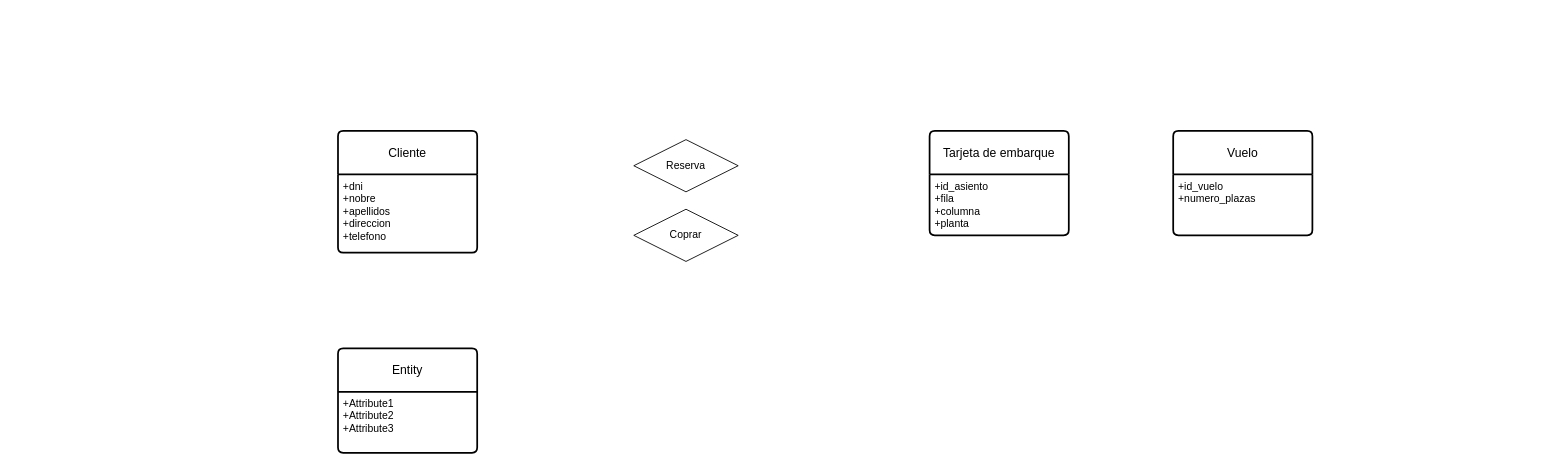
The draw.io diagram ejercicio8.drawio in AsierGArranz/aga-sru-sa-t-UD12DiagramaER-11102023, before the edit. Source tidied: cells renumbered, new cells numbered last; positions are measured from the earlier drawing's top-left corner, leaving out a move shared by most shapes. Both pictures are drawn from the tidied source at 87%, with x=0, y=0 at pixel (338, 130).
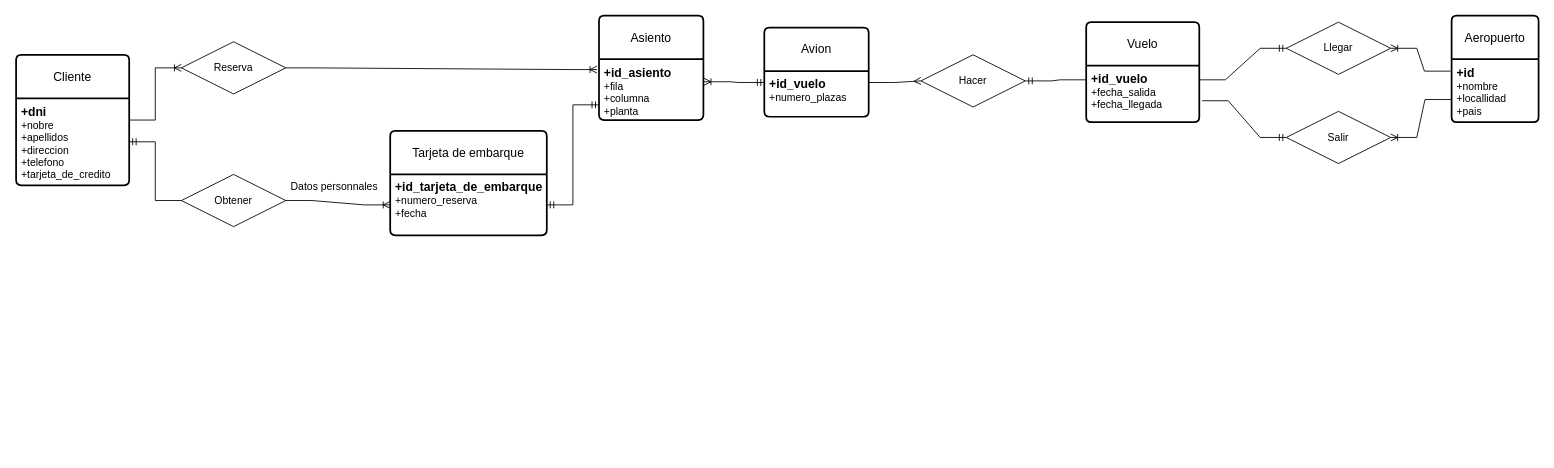
The same diagram, later.

What changed in the source:
```diff
@@
     <mxCell id="2" value="Cliente" style="swimlane;horizontal=1;startSize=50;rounded=1;fontSize=14;fontStyle=0;strokeWidth=2;shadow=0;dashed=0;align=center;arcSize=4;whiteSpace=wrap;html=1;" parent="1" vertex="1">
-      <mxGeometry width="160" height="140" as="geometry" />
+      <mxGeometry x="-370" y="-87.5" width="130" height="150" as="geometry" />
     </mxCell>
-    <mxCell id="3" value="+dni&lt;br&gt;+nobre&lt;br&gt;+apellidos&lt;br&gt;+direccion&lt;br&gt;+telefono" style="align=left;strokeColor=none;fillColor=none;spacingLeft=4;fontSize=12;verticalAlign=top;html=1;" parent="2" vertex="1">
-      <mxGeometry y="50" width="160" height="90" as="geometry" />
+    <mxCell id="3" value="&lt;font style=&quot;font-size: 14px;&quot;&gt;&lt;b&gt;+dni&lt;/b&gt;&lt;/font&gt;&lt;br&gt;+nobre&lt;br&gt;+apellidos&lt;br&gt;+direccion&lt;br&gt;+telefono&lt;br&gt;+tarjeta_de_credito" style="align=left;strokeColor=none;fillColor=none;spacingLeft=4;fontSize=12;verticalAlign=top;html=1;" parent="2" vertex="1">
+      <mxGeometry y="50" width="130" height="100" as="geometry" />
     </mxCell>
     <mxCell id="4" value="Vuelo" style="swimlane;horizontal=1;startSize=50;rounded=1;fontSize=14;fontStyle=0;strokeWidth=2;shadow=0;dashed=0;align=center;arcSize=4;whiteSpace=wrap;html=1;" parent="1" vertex="1">
-      <mxGeometry x="960" width="160" height="120" as="geometry" />
+      <mxGeometry x="860" y="-125" width="130" height="115" as="geometry" />
     </mxCell>
-    <mxCell id="5" value="+id_vuelo&lt;br&gt;+numero_plazas&lt;br&gt;" style="align=left;strokeColor=none;fillColor=none;spacingLeft=4;fontSize=12;verticalAlign=top;html=1;" parent="4" vertex="1">
-      <mxGeometry y="50" width="160" height="70" as="geometry" />
+    <mxCell id="5" value="&lt;b&gt;&lt;font style=&quot;font-size: 14px;&quot;&gt;+id_vuelo&lt;/font&gt;&lt;/b&gt;&lt;br&gt;+fecha_salida&lt;br&gt;+fecha_llegada" style="align=left;strokeColor=none;fillColor=none;spacingLeft=4;fontSize=12;verticalAlign=top;html=1;" parent="4" vertex="1">
+      <mxGeometry y="50" width="130" height="65" as="geometry" />
     </mxCell>
     <mxCell id="6" value="Tarjeta de embarque" style="swimlane;horizontal=1;startSize=50;rounded=1;fontSize=14;fontStyle=0;strokeWidth=2;shadow=0;dashed=0;align=center;arcSize=4;whiteSpace=wrap;html=1;" parent="1" vertex="1">
-      <mxGeometry x="680" width="160" height="120" as="geometry" />
+      <mxGeometry x="60" width="180" height="120" as="geometry" />
     </mxCell>
-    <mxCell id="7" value="+id_asiento&lt;br&gt;+fila&lt;br&gt;+columna&lt;br&gt;+planta" style="align=left;strokeColor=none;fillColor=none;spacingLeft=4;fontSize=12;verticalAlign=top;html=1;" parent="6" vertex="1">
-      <mxGeometry y="50" width="160" height="70" as="geometry" />
+    <mxCell id="7" value="&lt;font style=&quot;font-size: 14px;&quot;&gt;&lt;b&gt;+id_tarjeta_de_embarque&lt;/b&gt;&lt;/font&gt;&lt;br&gt;+numero_reserva&lt;br&gt;+fecha" style="align=left;strokeColor=none;fillColor=none;spacingLeft=4;fontSize=12;verticalAlign=top;html=1;" parent="6" vertex="1">
+      <mxGeometry y="50" width="180" height="70" as="geometry" />
     </mxCell>
-    <mxCell id="8" value="Entity" style="swimlane;horizontal=1;startSize=50;rounded=1;fontSize=14;fontStyle=0;strokeWidth=2;shadow=0;dashed=0;align=center;arcSize=4;whiteSpace=wrap;html=1;" parent="1" vertex="1">
-      <mxGeometry y="250" width="160" height="120" as="geometry" />
-    </mxCell>
-    <mxCell id="9" value="+Attribute1&#10;+Attribute2&#10;+Attribute3" style="align=left;strokeColor=none;fillColor=none;spacingLeft=4;fontSize=12;verticalAlign=top;html=1;" parent="8" vertex="1">
-      <mxGeometry y="50" width="160" height="70" as="geometry" />
-    </mxCell>
     <mxCell id="10" value="Reserva" style="shape=rhombus;perimeter=rhombusPerimeter;whiteSpace=wrap;html=1;align=center;" parent="1" vertex="1">
-      <mxGeometry x="340" y="10" width="120" height="60" as="geometry" />
+      <mxGeometry x="-180" y="-102.5" width="120" height="60" as="geometry" />
     </mxCell>
-    <mxCell id="11" value="Coprar" style="shape=rhombus;perimeter=rhombusPerimeter;whiteSpace=wrap;html=1;align=center;" parent="1" vertex="1">
-      <mxGeometry x="340" y="90" width="120" height="60" as="geometry" />
+    <mxCell id="11" value="Obtener" style="shape=rhombus;perimeter=rhombusPerimeter;whiteSpace=wrap;html=1;align=center;" parent="1" vertex="1">
+      <mxGeometry x="-180" y="50" width="120" height="60" as="geometry" />
     </mxCell>
+    <mxCell id="12" style="edgeStyle=entityRelationEdgeStyle;fontSize=12;html=1;endArrow=ERoneToMany;rounded=0;exitX=1;exitY=0.25;exitDx=0;exitDy=0;entryX=0;entryY=0.5;entryDx=0;entryDy=0;" parent="1" edge="1" source="3" target="10">
+      <mxGeometry relative="1" as="geometry" />
+    </mxCell>
+    <mxCell id="13" style="edgeStyle=entityRelationEdgeStyle;fontSize=12;html=1;endArrow=ERoneToMany;rounded=0;exitX=1;exitY=0.5;exitDx=0;exitDy=0;entryX=-0.019;entryY=0.171;entryDx=0;entryDy=0;entryPerimeter=0;" parent="1" edge="1" source="10" target="16">
+      <mxGeometry relative="1" as="geometry" />
+    </mxCell>
+    <mxCell id="14" style="edgeStyle=entityRelationEdgeStyle;fontSize=12;html=1;endArrow=ERoneToMany;rounded=0;entryX=0;entryY=0.5;entryDx=0;entryDy=0;exitX=1;exitY=0.5;exitDx=0;exitDy=0;" parent="1" edge="1" source="11" target="7">
+      <mxGeometry relative="1" as="geometry">
+        <Array as="points">
+          <mxPoint x="550" y="100" />
+        </Array>
+      </mxGeometry>
+    </mxCell>
+    <mxCell id="15" value="Asiento" style="swimlane;horizontal=1;startSize=50;rounded=1;fontSize=14;fontStyle=0;strokeWidth=2;shadow=0;dashed=0;align=center;arcSize=4;whiteSpace=wrap;html=1;" parent="1" vertex="1">
+      <mxGeometry x="300" y="-132.5" width="120" height="120" as="geometry" />
+    </mxCell>
+    <mxCell id="16" value="&lt;font style=&quot;font-size: 14px;&quot;&gt;&lt;b&gt;+id_asiento&lt;/b&gt;&lt;/font&gt;&lt;br&gt;+fila&lt;br&gt;+columna&lt;br&gt;+planta" style="align=left;strokeColor=none;fillColor=none;spacingLeft=4;fontSize=12;verticalAlign=top;html=1;" parent="15" vertex="1">
+      <mxGeometry y="50" width="120" height="70" as="geometry" />
+    </mxCell>
+    <mxCell id="17" style="edgeStyle=entityRelationEdgeStyle;fontSize=12;html=1;endArrow=ERoneToMany;startArrow=ERmandOne;rounded=0;entryX=1.006;entryY=0.371;entryDx=0;entryDy=0;exitX=0;exitY=0.25;exitDx=0;exitDy=0;entryPerimeter=0;" parent="1" edge="1" source="30" target="16">
+      <mxGeometry relative="1" as="geometry" />
+    </mxCell>
+    <mxCell id="18" style="edgeStyle=entityRelationEdgeStyle;fontSize=12;html=1;endArrow=ERmandOne;startArrow=ERmandOne;rounded=0;exitX=1;exitY=0.5;exitDx=0;exitDy=0;entryX=0;entryY=0.75;entryDx=0;entryDy=0;" parent="1" edge="1" source="7" target="16">
+      <mxGeometry relative="1" as="geometry">
+        <Array as="points">
+          <mxPoint x="800" y="-20" />
+          <mxPoint x="750" />
+          <mxPoint x="700" y="-10" />
+          <mxPoint x="700" />
+        </Array>
+      </mxGeometry>
+    </mxCell>
+    <mxCell id="19" style="edgeStyle=entityRelationEdgeStyle;fontSize=12;html=1;endArrow=ERmandOne;rounded=0;entryX=1;entryY=0.5;entryDx=0;entryDy=0;exitX=0;exitY=0.5;exitDx=0;exitDy=0;" parent="1" edge="1" source="11" target="3">
+      <mxGeometry relative="1" as="geometry" />
+    </mxCell>
+    <mxCell id="20" value="Datos personnales" style="text;strokeColor=none;fillColor=none;spacingLeft=4;spacingRight=4;overflow=hidden;fontSize=12;whiteSpace=wrap;html=1;" parent="1" vertex="1">
+      <mxGeometry x="-60" y="50" width="120" height="30" as="geometry" />
+    </mxCell>
+    <mxCell id="21" value="Aeropuerto" style="swimlane;horizontal=1;startSize=50;rounded=1;fontSize=14;fontStyle=0;strokeWidth=2;shadow=0;dashed=0;align=center;arcSize=4;whiteSpace=wrap;html=1;" parent="1" vertex="1">
+      <mxGeometry x="1280" y="-132.5" width="100" height="122.5" as="geometry" />
+    </mxCell>
+    <mxCell id="22" value="&lt;b&gt;&lt;font style=&quot;font-size: 14px;&quot;&gt;+id&lt;/font&gt;&lt;/b&gt;&amp;nbsp;&lt;br&gt;+nombre&lt;br&gt;+locallidad&lt;br&gt;+pais" style="align=left;strokeColor=none;fillColor=none;spacingLeft=4;fontSize=12;verticalAlign=top;html=1;" parent="21" vertex="1">
+      <mxGeometry y="50" width="100" height="72.5" as="geometry" />
+    </mxCell>
+    <mxCell id="23" style="edgeStyle=entityRelationEdgeStyle;fontSize=12;html=1;endArrow=ERoneToMany;rounded=0;exitX=-0.012;exitY=0.19;exitDx=0;exitDy=0;entryX=1;entryY=0.5;entryDx=0;entryDy=0;exitPerimeter=0;" parent="1" edge="1" source="22" target="24">
+      <mxGeometry relative="1" as="geometry" />
+    </mxCell>
+    <mxCell id="24" value="Llegar" style="shape=rhombus;perimeter=rhombusPerimeter;whiteSpace=wrap;html=1;align=center;" parent="1" vertex="1">
+      <mxGeometry x="1090" y="-125" width="120" height="60" as="geometry" />
+    </mxCell>
+    <mxCell id="25" value="Salir&lt;br&gt;" style="shape=rhombus;perimeter=rhombusPerimeter;whiteSpace=wrap;html=1;align=center;" parent="1" vertex="1">
+      <mxGeometry x="1090" y="-22.5" width="120" height="60" as="geometry" />
+    </mxCell>
+    <mxCell id="26" style="edgeStyle=entityRelationEdgeStyle;fontSize=12;html=1;endArrow=ERmandOne;rounded=0;entryX=0;entryY=0.5;entryDx=0;entryDy=0;exitX=1;exitY=0.25;exitDx=0;exitDy=0;" parent="1" edge="1" source="5" target="24">
+      <mxGeometry relative="1" as="geometry">
+        <Array as="points">
+          <mxPoint x="980" y="335" />
+        </Array>
+      </mxGeometry>
+    </mxCell>
+    <mxCell id="27" style="edgeStyle=entityRelationEdgeStyle;fontSize=12;html=1;endArrow=ERmandOne;rounded=0;entryX=0;entryY=0.5;entryDx=0;entryDy=0;exitX=1.025;exitY=0.62;exitDx=0;exitDy=0;exitPerimeter=0;" parent="1" edge="1" source="5" target="25">
+      <mxGeometry relative="1" as="geometry" />
+    </mxCell>
+    <mxCell id="28" style="edgeStyle=entityRelationEdgeStyle;fontSize=12;html=1;endArrow=ERoneToMany;rounded=0;exitX=-0.006;exitY=0.64;exitDx=0;exitDy=0;entryX=1;entryY=0.5;entryDx=0;entryDy=0;exitPerimeter=0;" parent="1" edge="1" source="22" target="25">
+      <mxGeometry relative="1" as="geometry" />
+    </mxCell>
+    <mxCell id="29" value="Avion" style="swimlane;horizontal=1;startSize=50;rounded=1;fontSize=14;fontStyle=0;strokeWidth=2;shadow=0;dashed=0;align=center;arcSize=4;whiteSpace=wrap;html=1;" parent="1" vertex="1">
+      <mxGeometry x="490" y="-118.8" width="120" height="102.5" as="geometry" />
+    </mxCell>
+    <mxCell id="30" value="&lt;font style=&quot;font-size: 14px;&quot;&gt;&lt;b&gt;+id_vuelo&lt;/b&gt;&lt;/font&gt;&lt;br&gt;+numero_plazas" style="align=left;strokeColor=none;fillColor=none;spacingLeft=4;fontSize=12;verticalAlign=top;html=1;" parent="29" vertex="1">
+      <mxGeometry y="50" width="120" height="52.5" as="geometry" />
+    </mxCell>
+    <mxCell id="31" value="Hacer" style="shape=rhombus;perimeter=rhombusPerimeter;whiteSpace=wrap;html=1;align=center;" parent="1" vertex="1">
+      <mxGeometry x="670" y="-87.5" width="120" height="60" as="geometry" />
+    </mxCell>
+    <mxCell id="32" style="edgeStyle=entityRelationEdgeStyle;fontSize=12;html=1;endArrow=ERmandOne;rounded=0;entryX=1;entryY=0.5;entryDx=0;entryDy=0;exitX=0;exitY=0.25;exitDx=0;exitDy=0;" parent="1" edge="1" source="5" target="31">
+      <mxGeometry relative="1" as="geometry" />
+    </mxCell>
+    <mxCell id="33" style="edgeStyle=entityRelationEdgeStyle;fontSize=12;html=1;endArrow=ERmany;rounded=0;entryX=0;entryY=0.5;entryDx=0;entryDy=0;exitX=1;exitY=0.25;exitDx=0;exitDy=0;" parent="1" edge="1" source="30" target="31">
+      <mxGeometry relative="1" as="geometry" />
+    </mxCell>
```
